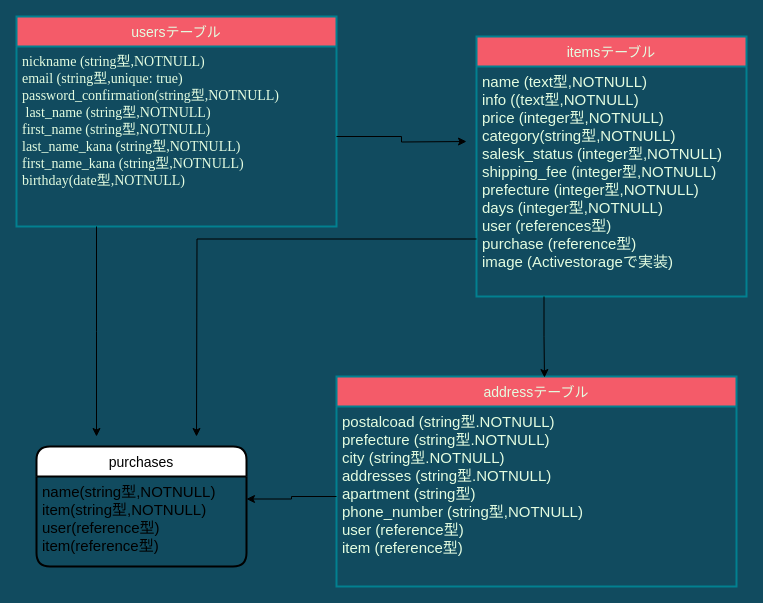
sanohitomi800/furima-35083 keeps this draw.io diagram as README .dio. Above is the earlier version. Source tidied: cells renumbered, new cells numbered last; positions are measured from the earlier drawing's top-left corner, leaving out a move shared by most shapes. Both pictures are drawn from the tidied source at 100%, with x=0, y=0 at pixel (16, 16).
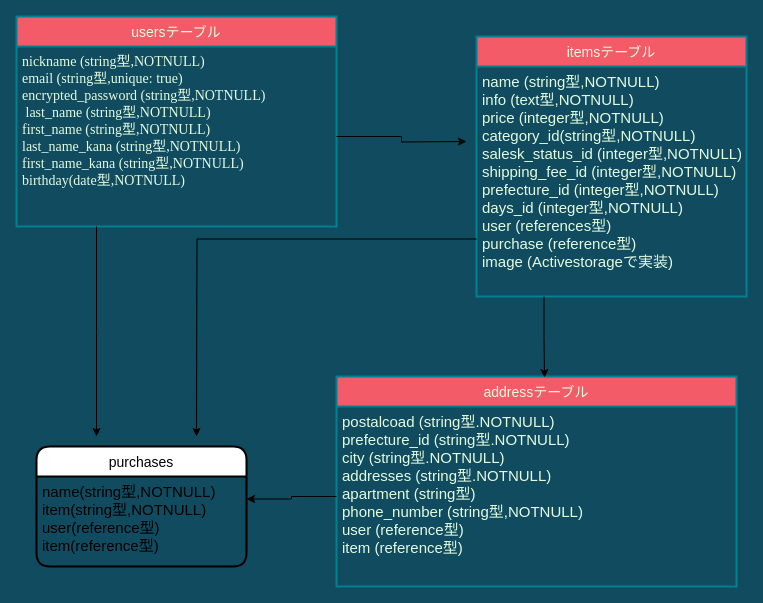
The same diagram, later.

The edit, as a diff of the source:
```diff
@@
 <mxGraphModel background="#114B5F">
   <root>
     <mxCell id="0" />
     <mxCell id="1" parent="0" />
     <mxCell id="2" value="usersテーブル" style="swimlane;horizontal=1;startSize=30;fontSize=14;fontStyle=0;strokeWidth=2;shadow=0;dashed=0;align=center;fillColor=#F45B69;strokeColor=#028090;fontColor=#E4FDE1;" parent="1" vertex="1">
       <mxGeometry width="320" height="210" as="geometry" />
     </mxCell>
-    <mxCell id="3" value="nickname (string型,NOTNULL)&#10;email (string型,unique: true)&#10;password_confirmation(string型,NOTNULL)&#10; last_name (string型,NOTNULL)&#10;first_name (string型,NOTNULL)&#10;last_name_kana (string型,NOTNULL)&#10;first_name_kana (string型,NOTNULL)&#10;birthday(date型,NOTNULL)" style="align=left;strokeColor=none;fillColor=none;spacingLeft=4;fontSize=14;verticalAlign=top;fontFamily=Garamond;fontColor=#E4FDE1;" parent="2" vertex="1">
+    <mxCell id="3" value="nickname (string型,NOTNULL)&#10;email (string型,unique: true)&#10;encrypted_password (string型,NOTNULL)&#10; last_name (string型,NOTNULL)&#10;first_name (string型,NOTNULL)&#10;last_name_kana (string型,NOTNULL)&#10;first_name_kana (string型,NOTNULL)&#10;birthday(date型,NOTNULL)" style="align=left;strokeColor=none;fillColor=none;spacingLeft=4;fontSize=14;verticalAlign=top;fontFamily=Garamond;fontColor=#E4FDE1;" parent="2" vertex="1">
       <mxGeometry y="30" width="320" height="180" as="geometry" />
     </mxCell>
     <mxCell id="4" value="itemsテーブル" style="swimlane;horizontal=1;startSize=30;fontSize=14;fontStyle=0;strokeWidth=2;shadow=0;dashed=0;align=center;fillColor=#F45B69;strokeColor=#028090;fontColor=#E4FDE1;" parent="1" vertex="1">
       <mxGeometry x="460" y="20" width="270" height="260" as="geometry" />
     </mxCell>
-    <mxCell id="5" value="name (text型,NOTNULL) &#10;info ((text型,NOTNULL)&#10;price (integer型,NOTNULL)&#10;category(string型,NOTNULL)&#10;salesk_status (integer型,NOTNULL)&#10;shipping_fee (integer型,NOTNULL)&#10;prefecture (integer型,NOTNULL)&#10;days (integer型,NOTNULL)&#10;user (references型)&#10;purchase (reference型)&#10;image (Activestorageで実装)" style="align=left;strokeColor=none;fillColor=none;spacingLeft=4;fontSize=15;verticalAlign=top;fontColor=#E4FDE1;" parent="4" vertex="1">
+    <mxCell id="5" value="name (string型,NOTNULL) &#10;info (text型,NOTNULL)&#10;price (integer型,NOTNULL)&#10;category_id(string型,NOTNULL)&#10;salesk_status_id (integer型,NOTNULL)&#10;shipping_fee_id (integer型,NOTNULL)&#10;prefecture_id (integer型,NOTNULL)&#10;days_id (integer型,NOTNULL)&#10;user (references型)&#10;purchase (reference型)&#10;image (Activestorageで実装)" style="align=left;strokeColor=none;fillColor=none;spacingLeft=4;fontSize=15;verticalAlign=top;fontColor=#E4FDE1;" parent="4" vertex="1">
       <mxGeometry y="30" width="270" height="230" as="geometry" />
     </mxCell>
     <mxCell id="6" value="addressテーブル" style="swimlane;horizontal=1;startSize=30;fontSize=14;fontStyle=0;strokeWidth=2;shadow=0;dashed=0;align=center;fillColor=#F45B69;strokeColor=#028090;fontColor=#E4FDE1;" parent="1" vertex="1">
       <mxGeometry x="320" y="360" width="400" height="210" as="geometry" />
     </mxCell>
-    <mxCell id="7" value="postalcoad (string型.NOTNULL)&#10;prefecture (string型.NOTNULL)&#10;city (string型.NOTNULL)&#10;addresses (string型.NOTNULL)&#10;apartment (string型)&#10;phone_number (string型,NOTNULL)&#10;user (reference型)&#10;item (reference型)" style="align=left;strokeColor=none;fillColor=none;spacingLeft=4;fontSize=15;verticalAlign=top;fontColor=#E4FDE1;" parent="6" vertex="1">
+    <mxCell id="7" value="postalcoad (string型.NOTNULL)&#10;prefecture_id (string型.NOTNULL)&#10;city (string型.NOTNULL)&#10;addresses (string型.NOTNULL)&#10;apartment (string型)&#10;phone_number (string型,NOTNULL)&#10;user (reference型)&#10;item (reference型)" style="align=left;strokeColor=none;fillColor=none;spacingLeft=4;fontSize=15;verticalAlign=top;fontColor=#E4FDE1;" parent="6" vertex="1">
       <mxGeometry y="30" width="400" height="180" as="geometry" />
     </mxCell>
     <mxCell id="8" value=" purchases" style="swimlane;horizontal=1;startSize=30;rounded=1;fontSize=14;fontStyle=0;strokeWidth=2;shadow=0;dashed=0;align=center;" parent="1" vertex="1">
       <mxGeometry x="20" y="430" width="210" height="120" as="geometry" />
     </mxCell>
     <mxCell id="9" value="name(string型,NOTNULL)&#10;item(string型,NOTNULL)&#10;user(reference型)&#10;item(reference型)" style="align=left;strokeColor=none;fillColor=none;spacingLeft=4;fontSize=15;verticalAlign=top;" parent="8" vertex="1">
       <mxGeometry y="30" width="210" height="90" as="geometry" />
     </mxCell>
     <mxCell id="10" style="edgeStyle=orthogonalEdgeStyle;rounded=0;jettySize=auto;html=1;exitX=0;exitY=0.5;exitDx=0;exitDy=0;entryX=1;entryY=0.25;entryDx=0;entryDy=0;fontSize=15;" parent="1" edge="1" source="7" target="9">
       <mxGeometry relative="1" as="geometry" />
     </mxCell>
     <mxCell id="11" style="edgeStyle=orthogonalEdgeStyle;rounded=0;jettySize=auto;html=1;exitX=1;exitY=0.5;exitDx=0;exitDy=0;fontSize=15;" parent="1" edge="1" source="3">
       <mxGeometry relative="1" as="geometry">
         <mxPoint x="450" y="125" as="targetPoint" />
       </mxGeometry>
     </mxCell>
     <mxCell id="12" style="edgeStyle=orthogonalEdgeStyle;rounded=0;jettySize=auto;html=1;exitX=0.25;exitY=1;exitDx=0;exitDy=0;entryX=0.52;entryY=0.005;entryDx=0;entryDy=0;entryPerimeter=0;fontSize=15;" parent="1" edge="1" source="5" target="6">
       <mxGeometry relative="1" as="geometry" />
     </mxCell>
     <mxCell id="13" style="edgeStyle=orthogonalEdgeStyle;rounded=0;jettySize=auto;html=1;exitX=0.25;exitY=1;exitDx=0;exitDy=0;fontSize=15;" parent="1" edge="1" source="3">
       <mxGeometry relative="1" as="geometry">
         <mxPoint x="80" y="420" as="targetPoint" />
       </mxGeometry>
     </mxCell>
     <mxCell id="14" style="edgeStyle=orthogonalEdgeStyle;rounded=0;jettySize=auto;html=1;exitX=0;exitY=0.75;exitDx=0;exitDy=0;fontSize=15;" parent="1" edge="1" source="5">
       <mxGeometry relative="1" as="geometry">
         <mxPoint x="180" y="420" as="targetPoint" />
       </mxGeometry>
     </mxCell>
   </root>
 </mxGraphModel>
```
